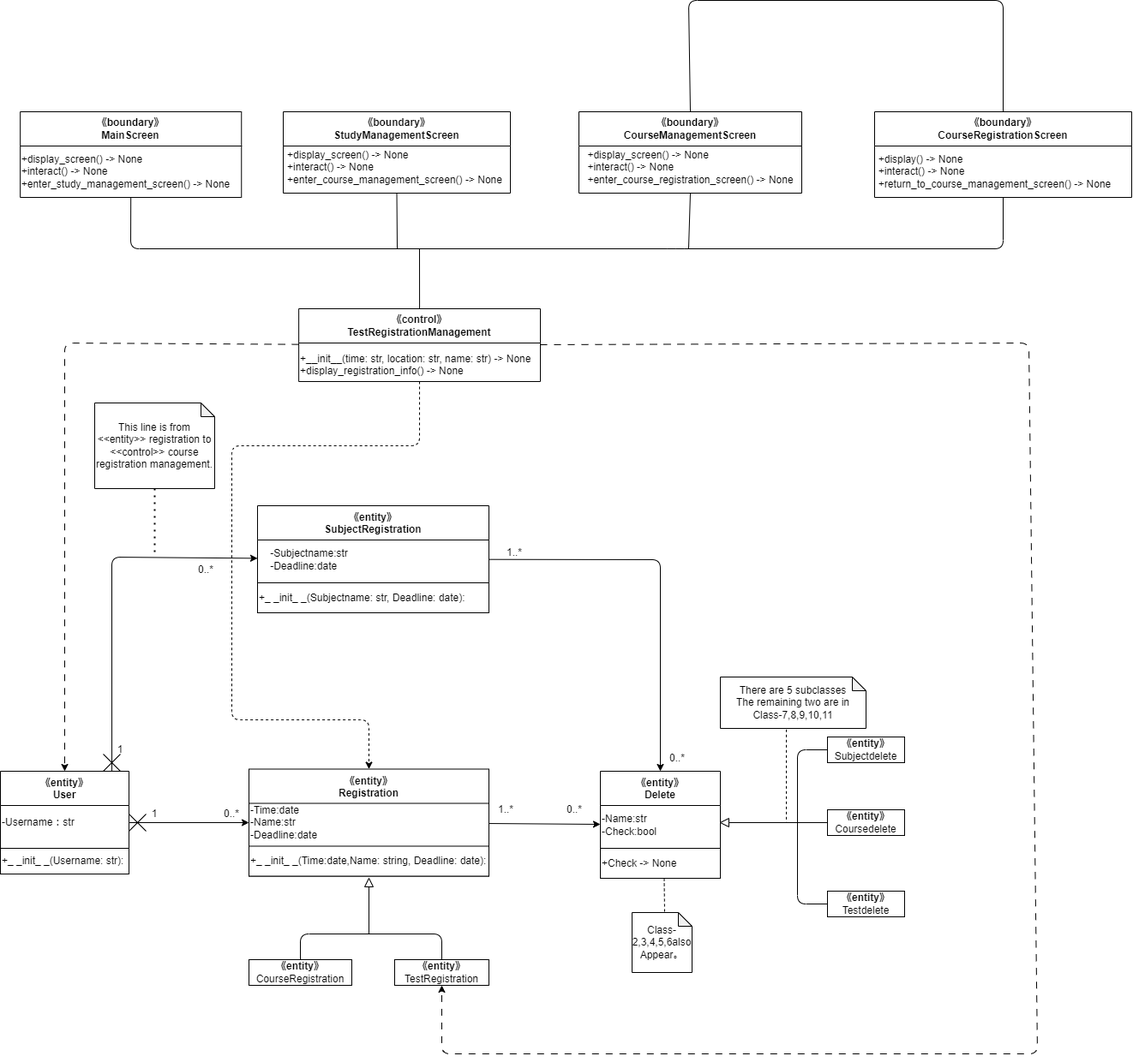
Above: Design/設計Class5.drawio.png in Hu-Hanxu/First-App-Self-Management- (draw.io), before the change. Source tidied: cells renumbered, new cells last; positions are measured from the earlier drawing's top-left corner, leaving out a move shared by most shapes.
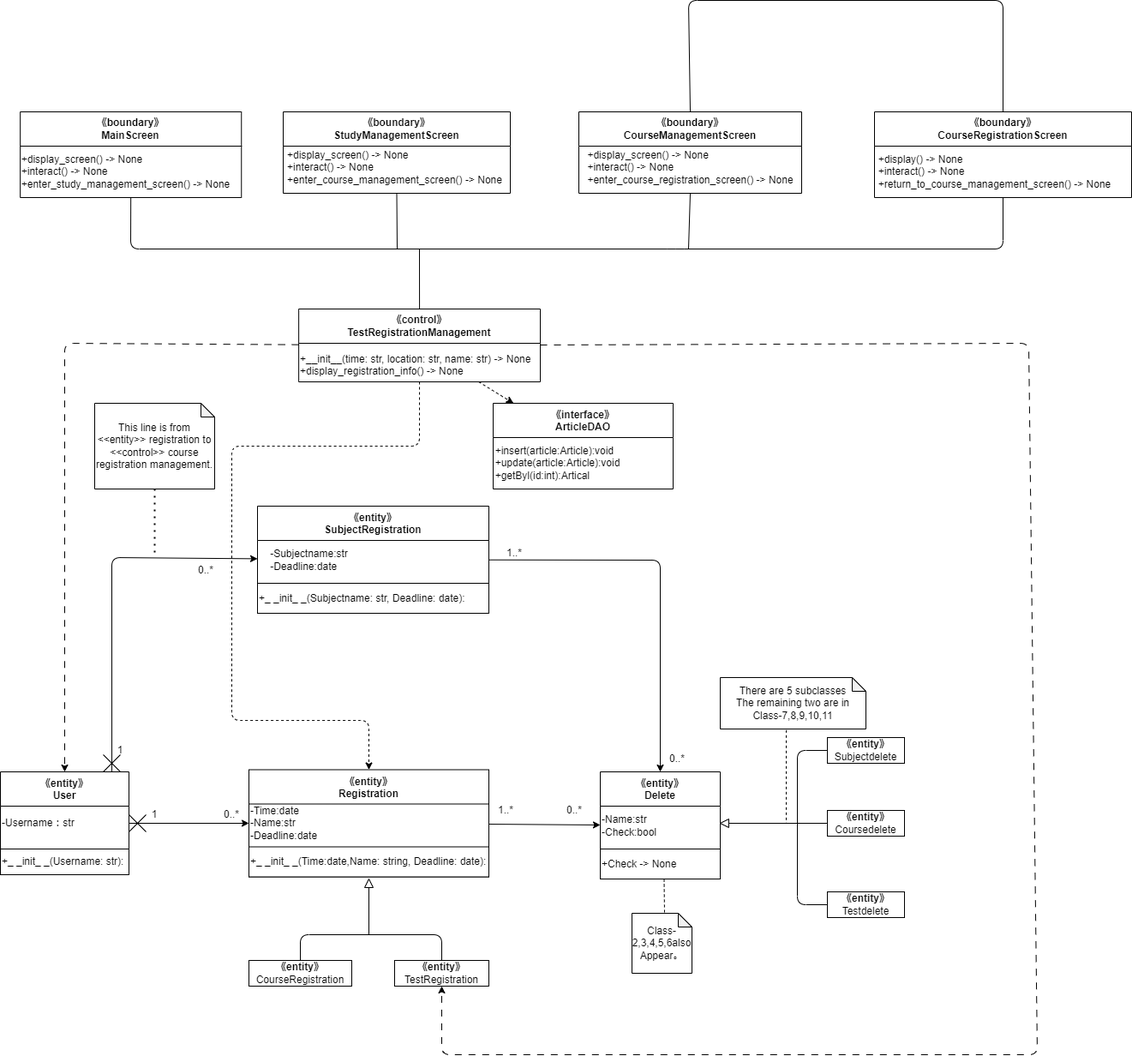
After the change.

Diff of the diagram source:
```diff
@@ -270,5 +270,14 @@
         </Array>
       </mxGeometry>
     </mxCell>
+    <mxCell id="67" style="edgeStyle=none;html=1;dashed=1;" parent="1" edge="1" source="35" target="68">
+      <mxGeometry relative="1" as="geometry" />
+    </mxCell>
+    <mxCell id="68" value="《interface》&#10;ArticleDAO" style="swimlane;startSize=40;" parent="1" vertex="1">
+      <mxGeometry x="575" y="470" width="210" height="100" as="geometry" />
+    </mxCell>
+    <mxCell id="69" value="&lt;div style=&quot;text-align: left;&quot;&gt;&lt;span style=&quot;background-color: initial;&quot;&gt;+insert(article:Article):void&lt;/span&gt;&lt;/div&gt;&lt;div style=&quot;text-align: left;&quot;&gt;&lt;span style=&quot;background-color: initial;&quot;&gt;+update(article:Article):void&lt;/span&gt;&lt;/div&gt;&lt;div style=&quot;text-align: left;&quot;&gt;&lt;span style=&quot;background-color: initial;&quot;&gt;+getByl(id:int):Artical&lt;/span&gt;&lt;/div&gt;" style="text;html=1;align=center;verticalAlign=middle;strokeColor=none;fillColor=none;" parent="68" vertex="1">
+      <mxGeometry x="-10" y="40" width="170" height="60" as="geometry" />
+    </mxCell>
   </root>
 </mxGraphModel>
```
